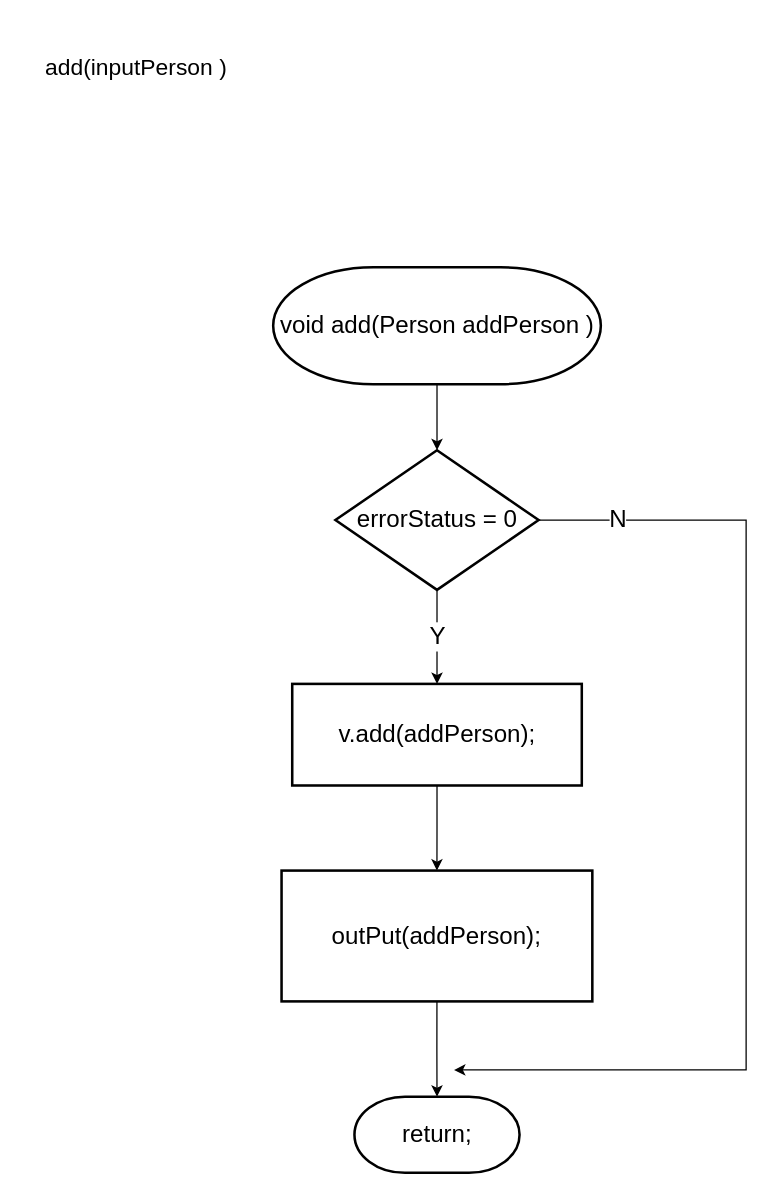
This is 순서도/Add 기능 순서도_java.drawio from skatld123/PH_list_java, a draw.io file, before an edit. Source tidied: cells renumbered, new cells numbered last; positions are measured from the earlier drawing's top-left corner, leaving out a move shared by most shapes. Both pictures are drawn from the tidied source at 127%, with x=0, y=0 at pixel (22, 22).
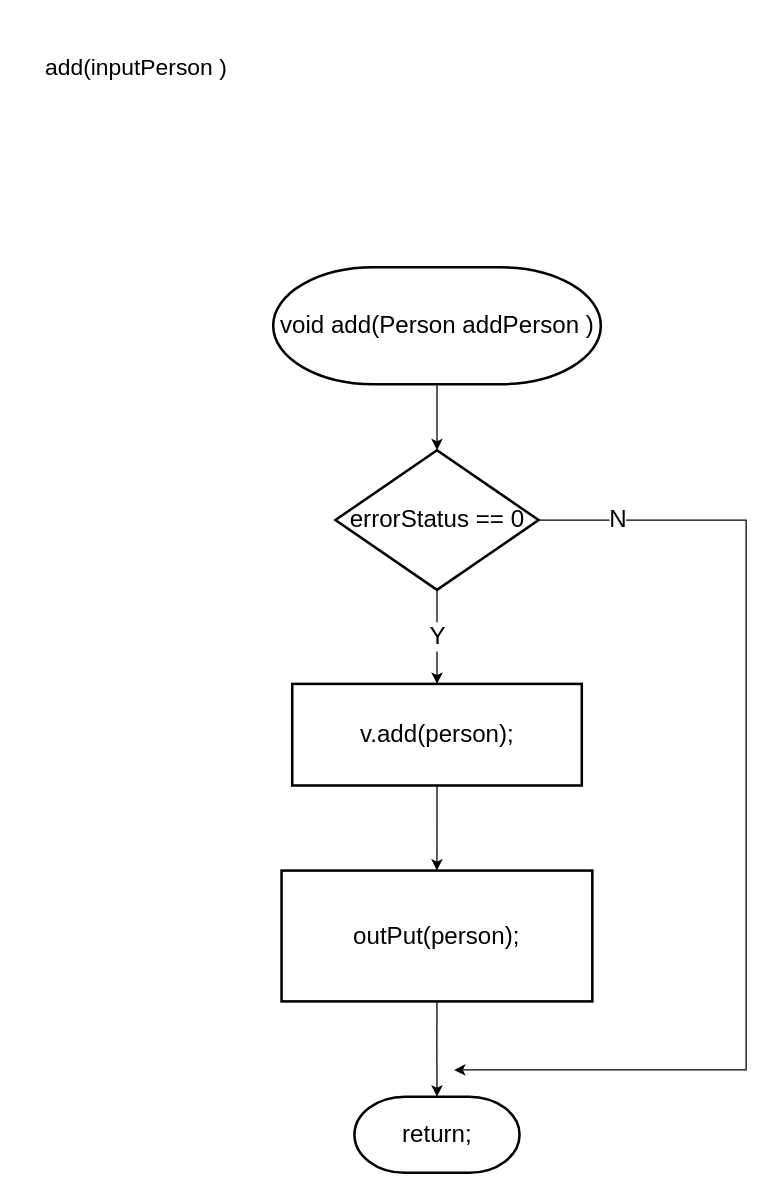
The same diagram, later.

Commit message:
Add 기능 순서도_java.drawio 업데이트

Diff of the diagram source:
```diff
@@
 <mxGraphModel>
   <root>
     <mxCell id="0" />
     <mxCell id="1" parent="0" />
     <mxCell id="2" style="edgeStyle=orthogonalEdgeStyle;rounded=0;jettySize=auto;html=1;fontSize=19;" parent="1" edge="1" source="3" target="12">
       <mxGeometry relative="1" as="geometry" />
     </mxCell>
     <mxCell id="3" value="&lt;span style=&quot;text-align: left; font-size: 19px;&quot;&gt;void add(Person addPerson )&lt;/span&gt;" style="strokeWidth=2;html=1;shape=mxgraph.flowchart.terminator;whiteSpace=wrap;fontSize=19;" parent="1" vertex="1">
       <mxGeometry x="197.6" y="193" width="258" height="92" as="geometry" />
     </mxCell>
     <mxCell id="4" value="return;" style="strokeWidth=2;html=1;shape=mxgraph.flowchart.terminator;whiteSpace=wrap;fontSize=19;" parent="1" vertex="1">
       <mxGeometry x="261.6" y="846" width="130" height="60" as="geometry" />
     </mxCell>
     <mxCell id="5" style="edgeStyle=orthogonalEdgeStyle;rounded=0;jettySize=auto;html=1;exitX=0.5;exitY=1;exitDx=0;exitDy=0;entryX=0.5;entryY=0;entryDx=0;entryDy=0;entryPerimeter=0;fontSize=19;" parent="1" edge="1" source="6" target="4">
       <mxGeometry relative="1" as="geometry" />
     </mxCell>
-    <mxCell id="6" value="outPut(addPerson);" style="rounded=1;whiteSpace=wrap;html=1;absoluteArcSize=1;arcSize=0;strokeWidth=2;fontSize=19;" parent="1" vertex="1">
+    <mxCell id="6" value="outPut(person);" style="rounded=1;whiteSpace=wrap;html=1;absoluteArcSize=1;arcSize=0;strokeWidth=2;fontSize=19;" parent="1" vertex="1">
       <mxGeometry x="204.2" y="668" width="244.7" height="103" as="geometry" />
     </mxCell>
     <mxCell id="7" style="edgeStyle=orthogonalEdgeStyle;rounded=0;jettySize=auto;html=1;entryX=0.5;entryY=0;entryDx=0;entryDy=0;fontSize=19;" parent="1" edge="1" source="8" target="6">
       <mxGeometry relative="1" as="geometry" />
     </mxCell>
-    <mxCell id="8" value="&lt;p style=&quot;line-height: 140%; font-size: 19px;&quot;&gt;&lt;span style=&quot;font-size: 19px;&quot;&gt;v.add(&lt;/span&gt;&lt;span style=&quot;font-family: helvetica; font-size: 19px;&quot;&gt;addPerson&lt;/span&gt;&lt;span style=&quot;font-size: 19px;&quot;&gt;);&lt;/span&gt;&lt;br style=&quot;font-size: 19px;&quot;&gt;&lt;/p&gt;" style="rounded=1;whiteSpace=wrap;html=1;absoluteArcSize=1;arcSize=0;strokeWidth=2;align=center;fontSize=19;" parent="1" vertex="1">
+    <mxCell id="8" value="&lt;p style=&quot;line-height: 140% ; font-size: 19px&quot;&gt;&lt;span style=&quot;font-size: 19px&quot;&gt;v.add(&lt;font face=&quot;helvetica&quot;&gt;person&lt;/font&gt;&lt;/span&gt;&lt;span style=&quot;font-size: 19px&quot;&gt;);&lt;/span&gt;&lt;br style=&quot;font-size: 19px&quot;&gt;&lt;/p&gt;" style="rounded=1;whiteSpace=wrap;html=1;absoluteArcSize=1;arcSize=0;strokeWidth=2;align=center;fontSize=19;" parent="1" vertex="1">
       <mxGeometry x="212.6" y="521" width="228" height="80" as="geometry" />
     </mxCell>
     <mxCell id="9" value="&amp;nbsp;&lt;br style=&quot;font-size: 18px;&quot;&gt;add(&lt;span style=&quot;font-size: 18px;&quot;&gt;inputPerson&amp;nbsp;&lt;/span&gt;)" style="text;html=1;strokeColor=none;fillColor=none;align=center;verticalAlign=middle;whiteSpace=wrap;rounded=0;fontSize=18;" parent="1" vertex="1">
       <mxGeometry width="180" height="50" as="geometry" />
     </mxCell>
     <mxCell id="10" value="Y" style="edgeStyle=orthogonalEdgeStyle;rounded=0;jettySize=auto;html=1;entryX=0.5;entryY=0;entryDx=0;entryDy=0;fontSize=19;exitX=0.5;exitY=1;exitDx=0;exitDy=0;exitPerimeter=0;" parent="1" edge="1" source="12" target="8">
       <mxGeometry relative="1" as="geometry" />
     </mxCell>
     <mxCell id="11" value="N" style="edgeStyle=orthogonalEdgeStyle;rounded=0;jettySize=auto;html=1;exitX=1;exitY=0.5;exitDx=0;exitDy=0;exitPerimeter=0;fontSize=19;" parent="1" edge="1" source="12">
       <mxGeometry x="-0.85" relative="1" as="geometry">
         <mxPoint x="340" y="825" as="targetPoint" />
         <Array as="points">
           <mxPoint x="570" y="392" />
           <mxPoint x="570" y="825" />
         </Array>
       </mxGeometry>
     </mxCell>
-    <mxCell id="12" value="errorStatus = 0" style="strokeWidth=2;html=1;shape=mxgraph.flowchart.decision;whiteSpace=wrap;fontSize=19;" parent="1" vertex="1">
+    <mxCell id="12" value="errorStatus == 0" style="strokeWidth=2;html=1;shape=mxgraph.flowchart.decision;whiteSpace=wrap;fontSize=19;" parent="1" vertex="1">
       <mxGeometry x="246.6" y="337" width="160" height="110" as="geometry" />
     </mxCell>
   </root>
 </mxGraphModel>
```
